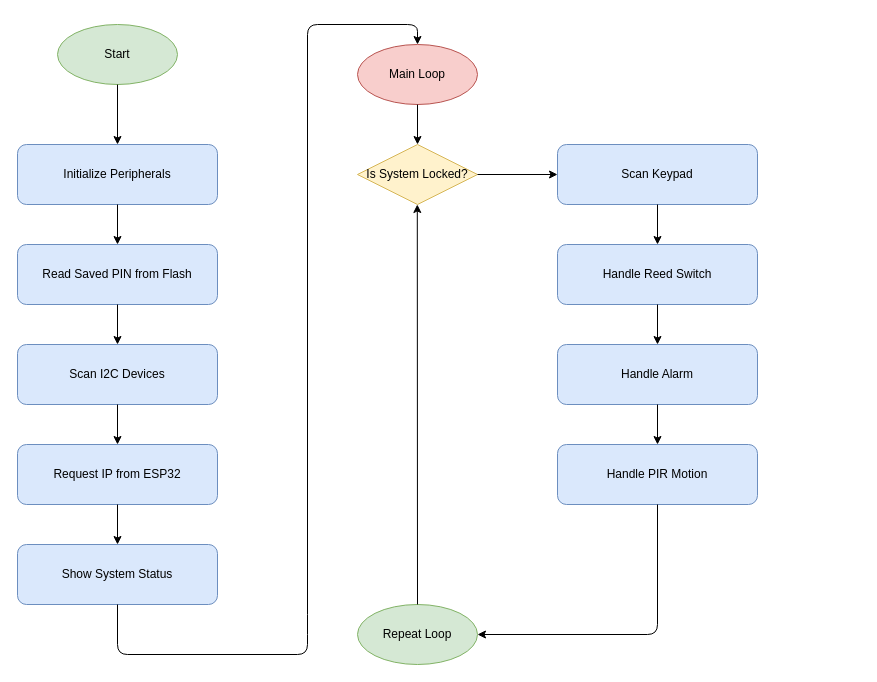
castagnoemanuele/STM32-smart-alarm keeps this draw.io diagram as Assets/flowchart.drawio. Above is the earlier version. Source tidied: cells renumbered, new cells numbered last; positions are measured from the earlier drawing's top-left corner, leaving out a move shared by most shapes. Both pictures are drawn from the tidied source at 100%, with x=0, y=0 at pixel (17, 24).
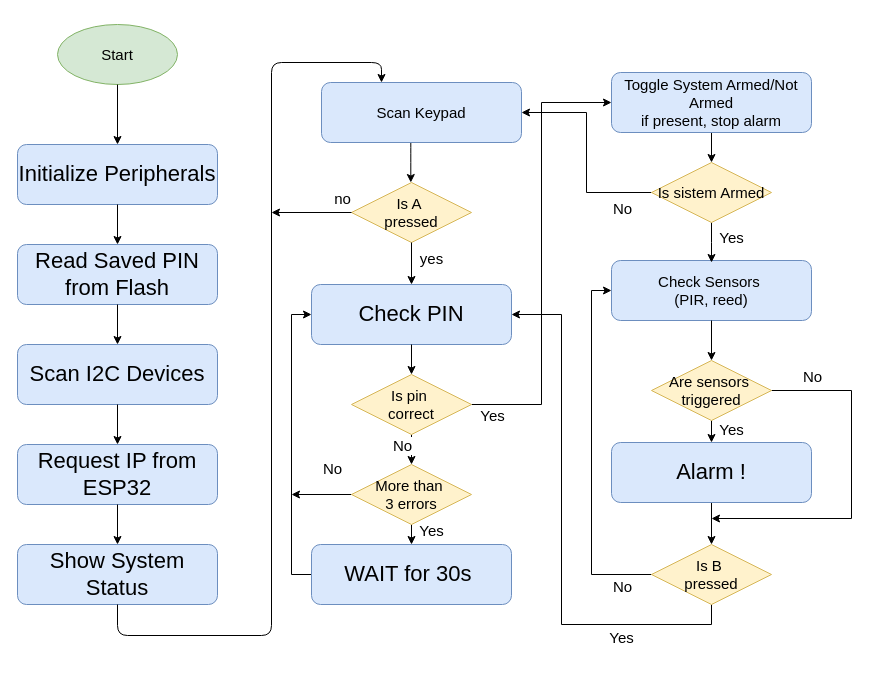
The same diagram, later.

What changed in the source:
```diff
@@
-    <mxCell id="2" value="Start" style="ellipse;whiteSpace=wrap;html=1;fillColor=#d5e8d4;strokeColor=#82b366;" parent="1" vertex="1">
+    <mxCell id="2" value="Start" style="ellipse;whiteSpace=wrap;html=1;fillColor=#d5e8d4;strokeColor=#82b366;fontSize=15;" parent="1" vertex="1">
       <mxGeometry x="40" width="120" height="60" as="geometry" />
     </mxCell>
-    <mxCell id="3" value="Initialize Peripherals" style="rounded=1;whiteSpace=wrap;html=1;fillColor=#dae8fc;strokeColor=#6c8ebf;" parent="1" vertex="1">
+    <mxCell id="3" value="Initialize Peripherals" style="rounded=1;whiteSpace=wrap;html=1;fillColor=#dae8fc;strokeColor=#6c8ebf;fontSize=22;" parent="1" vertex="1">
       <mxGeometry y="120" width="200" height="60" as="geometry" />
     </mxCell>
-    <mxCell id="4" value="Read Saved PIN from Flash" style="rounded=1;whiteSpace=wrap;html=1;fillColor=#dae8fc;strokeColor=#6c8ebf;" parent="1" vertex="1">
+    <mxCell id="4" value="Read Saved PIN from Flash" style="rounded=1;whiteSpace=wrap;html=1;fillColor=#dae8fc;strokeColor=#6c8ebf;fontSize=22;" parent="1" vertex="1">
       <mxGeometry y="220" width="200" height="60" as="geometry" />
     </mxCell>
-    <mxCell id="5" value="Scan I2C Devices" style="rounded=1;whiteSpace=wrap;html=1;fillColor=#dae8fc;strokeColor=#6c8ebf;" parent="1" vertex="1">
+    <mxCell id="5" value="Scan I2C Devices" style="rounded=1;whiteSpace=wrap;html=1;fillColor=#dae8fc;strokeColor=#6c8ebf;fontSize=22;" parent="1" vertex="1">
       <mxGeometry y="320" width="200" height="60" as="geometry" />
     </mxCell>
-    <mxCell id="6" value="Request IP from ESP32" style="rounded=1;whiteSpace=wrap;html=1;fillColor=#dae8fc;strokeColor=#6c8ebf;" parent="1" vertex="1">
+    <mxCell id="6" value="Request IP from ESP32" style="rounded=1;whiteSpace=wrap;html=1;fillColor=#dae8fc;strokeColor=#6c8ebf;fontSize=22;" parent="1" vertex="1">
       <mxGeometry y="420" width="200" height="60" as="geometry" />
     </mxCell>
-    <mxCell id="7" value="Show System Status" style="rounded=1;whiteSpace=wrap;html=1;fillColor=#dae8fc;strokeColor=#6c8ebf;" parent="1" vertex="1">
+    <mxCell id="7" value="Show System Status" style="rounded=1;whiteSpace=wrap;html=1;fillColor=#dae8fc;strokeColor=#6c8ebf;fontSize=22;" parent="1" vertex="1">
       <mxGeometry y="520" width="200" height="60" as="geometry" />
     </mxCell>
-    <mxCell id="8" value="Main Loop" style="ellipse;whiteSpace=wrap;html=1;fillColor=#f8cecc;strokeColor=#b85450;" parent="1" vertex="1">
-      <mxGeometry x="340" y="20" width="120" height="60" as="geometry" />
-    </mxCell>
-    <mxCell id="9" value="Is System Locked?" style="rhombus;whiteSpace=wrap;html=1;fillColor=#fff2cc;strokeColor=#d6b656;" parent="1" vertex="1">
-      <mxGeometry x="340" y="120" width="120" height="60" as="geometry" />
+    <mxCell id="9" value="Is A&amp;nbsp;&lt;div&gt;pressed&lt;/div&gt;" style="rhombus;whiteSpace=wrap;html=1;fillColor=#fff2cc;strokeColor=#d6b656;fontSize=15;" parent="1" vertex="1">
+      <mxGeometry x="334" y="158" width="120" height="60" as="geometry" />
     </mxCell>
-    <mxCell id="10" value="Scan Keypad" style="rounded=1;whiteSpace=wrap;html=1;fillColor=#dae8fc;strokeColor=#6c8ebf;" parent="1" vertex="1">
-      <mxGeometry x="540" y="120" width="200" height="60" as="geometry" />
+    <mxCell id="10" value="Check PIN" style="rounded=1;whiteSpace=wrap;html=1;fillColor=#dae8fc;strokeColor=#6c8ebf;fontSize=22;" parent="1" vertex="1">
+      <mxGeometry x="294" y="260" width="200" height="60" as="geometry" />
     </mxCell>
-    <mxCell id="11" value="Handle Reed Switch" style="rounded=1;whiteSpace=wrap;html=1;fillColor=#dae8fc;strokeColor=#6c8ebf;" parent="1" vertex="1">
-      <mxGeometry x="540" y="220" width="200" height="60" as="geometry" />
+    <mxCell id="11" value="Check Sensors&amp;nbsp;&lt;br&gt;(PIR, reed)" style="rounded=1;whiteSpace=wrap;html=1;fillColor=#dae8fc;strokeColor=#6c8ebf;fontSize=15;" parent="1" vertex="1">
+      <mxGeometry x="594" y="236" width="200" height="60" as="geometry" />
     </mxCell>
-    <mxCell id="12" value="Handle Alarm" style="rounded=1;whiteSpace=wrap;html=1;fillColor=#dae8fc;strokeColor=#6c8ebf;" parent="1" vertex="1">
-      <mxGeometry x="540" y="320" width="200" height="60" as="geometry" />
-    </mxCell>
+    <mxCell id="28" style="edgeStyle=orthogonalEdgeStyle;rounded=0;jettySize=auto;html=1;exitX=0.5;exitY=1;exitDx=0;exitDy=0;entryX=0.5;entryY=0;entryDx=0;entryDy=0;fontSize=15;" parent="1" edge="1" source="13" target="54">
+      <mxGeometry relative="1" as="geometry" />
+    </mxCell>
-    <mxCell id="13" value="Handle PIR Motion" style="rounded=1;whiteSpace=wrap;html=1;fillColor=#dae8fc;strokeColor=#6c8ebf;" parent="1" vertex="1">
-      <mxGeometry x="540" y="420" width="200" height="60" as="geometry" />
+    <mxCell id="13" value="Alarm !" style="rounded=1;whiteSpace=wrap;html=1;fillColor=#dae8fc;strokeColor=#6c8ebf;fontSize=22;" parent="1" vertex="1">
+      <mxGeometry x="594" y="418" width="200" height="60" as="geometry" />
     </mxCell>
-    <mxCell id="14" value="Repeat Loop" style="ellipse;whiteSpace=wrap;html=1;fillColor=#d5e8d4;strokeColor=#82b366;" parent="1" vertex="1">
-      <mxGeometry x="340" y="580" width="120" height="60" as="geometry" />
-    </mxCell>
-    <mxCell id="15" parent="1" edge="1" source="2" target="3">
+    <mxCell id="15" style="fontSize=15;" parent="1" edge="1" source="2" target="3">
       <mxGeometry relative="1" as="geometry" />
     </mxCell>
-    <mxCell id="16" parent="1" edge="1" source="3" target="4">
+    <mxCell id="16" style="fontSize=15;" parent="1" edge="1" source="3" target="4">
       <mxGeometry relative="1" as="geometry" />
     </mxCell>
-    <mxCell id="17" parent="1" edge="1" source="4" target="5">
+    <mxCell id="17" style="fontSize=15;" parent="1" edge="1" source="4" target="5">
       <mxGeometry relative="1" as="geometry" />
     </mxCell>
-    <mxCell id="18" parent="1" edge="1" source="5" target="6">
+    <mxCell id="18" style="fontSize=15;" parent="1" edge="1" source="5" target="6">
       <mxGeometry relative="1" as="geometry" />
     </mxCell>
-    <mxCell id="19" parent="1" edge="1" source="6" target="7">
+    <mxCell id="19" style="fontSize=15;" parent="1" edge="1" source="6" target="7">
       <mxGeometry relative="1" as="geometry" />
     </mxCell>
-    <mxCell id="20" style="exitX=0.5;exitY=1;exitDx=0;exitDy=0;entryX=0.5;entryY=0;entryDx=0;entryDy=0;" parent="1" edge="1" source="7" target="8">
+    <mxCell id="20" style="exitX=0.5;exitY=1;exitDx=0;exitDy=0;entryX=0.5;entryY=0;entryDx=0;entryDy=0;fontSize=15;" parent="1" edge="1" source="7">
       <mxGeometry relative="1" as="geometry">
+        <mxPoint x="364" y="58" as="targetPoint" />
         <Array as="points">
-          <mxPoint x="100" y="630" />
-          <mxPoint x="290" y="630" />
-          <mxPoint x="290" y="600" />
-          <mxPoint x="290" />
-          <mxPoint x="400" />
+          <mxPoint x="100" y="611" />
+          <mxPoint x="254" y="611" />
+          <mxPoint x="254" y="38" />
+          <mxPoint x="364" y="38" />
         </Array>
       </mxGeometry>
     </mxCell>
-    <mxCell id="21" parent="1" edge="1" source="8" target="9">
-      <mxGeometry relative="1" as="geometry" />
+    <mxCell id="21" style="fontSize=15;" parent="1" edge="1">
+      <mxGeometry relative="1" as="geometry">
+        <mxPoint x="393.3" y="118" as="sourcePoint" />
+        <mxPoint x="393.3" y="158" as="targetPoint" />
+        <Array as="points">
+          <mxPoint x="393.3" y="128" />
+        </Array>
+      </mxGeometry>
     </mxCell>
-    <mxCell id="22" parent="1" edge="1" source="9" target="10">
+    <mxCell id="22" style="entryX=0.5;entryY=0;entryDx=0;entryDy=0;fontSize=15;" parent="1" edge="1" source="9" target="10">
       <mxGeometry relative="1" as="geometry" />
     </mxCell>
-    <mxCell id="23" parent="1" edge="1" source="10" target="11">
+    <mxCell id="23" style="exitX=0.5;exitY=1;exitDx=0;exitDy=0;entryX=0.5;entryY=0;entryDx=0;entryDy=0;fontSize=15;" parent="1" edge="1" source="10" target="35">
       <mxGeometry relative="1" as="geometry" />
     </mxCell>
-    <mxCell id="24" parent="1" edge="1" source="11" target="12">
-      <mxGeometry relative="1" as="geometry" />
+    <mxCell id="24" style="fontSize=15;" parent="1" edge="1" source="11">
+      <mxGeometry relative="1" as="geometry">
+        <mxPoint x="694" y="336" as="targetPoint" />
+      </mxGeometry>
     </mxCell>
-    <mxCell id="25" parent="1" edge="1" source="12">
+    <mxCell id="25" style="fontSize=15;entryX=0.5;entryY=0;entryDx=0;entryDy=0;" parent="1" edge="1" target="13">
       <mxGeometry relative="1" as="geometry">
-        <mxPoint x="640" y="420" as="targetPoint" />
+        <mxPoint x="694" y="396" as="sourcePoint" />
       </mxGeometry>
     </mxCell>
-    <mxCell id="26" style="exitX=0.5;exitY=1;exitDx=0;exitDy=0;" parent="1" edge="1" source="13" target="14">
-      <mxGeometry relative="1" as="geometry">
-        <Array as="points">
-          <mxPoint x="640" y="610" />
-        </Array>
-      </mxGeometry>
-    </mxCell>
-    <mxCell id="27" style="exitX=0.5;exitY=0;exitDx=0;exitDy=0;" parent="1" edge="1" source="14">
+    <mxCell id="27" style="exitX=0;exitY=0.5;exitDx=0;exitDy=0;fontSize=15;" parent="1" edge="1" source="9">
       <mxGeometry relative="1" as="geometry">
-        <mxPoint x="399.8" y="180" as="targetPoint" />
+        <mxPoint x="254" y="188" as="targetPoint" />
       </mxGeometry>
     </mxCell>
+    <mxCell id="29" value="Scan Keypad" style="rounded=1;whiteSpace=wrap;html=1;fillColor=#dae8fc;strokeColor=#6c8ebf;fontSize=15;" parent="1" vertex="1">
+      <mxGeometry x="304" y="58" width="200" height="60" as="geometry" />
+    </mxCell>
+    <mxCell id="30" value="yes" style="text;html=1;align=center;verticalAlign=middle;strokeColor=none;fillColor=none;fontSize=15;" parent="1" vertex="1">
+      <mxGeometry x="388" y="214" width="52" height="39" as="geometry" />
+    </mxCell>
+    <mxCell id="31" value="no" style="text;html=1;align=center;verticalAlign=middle;strokeColor=none;fillColor=none;fontSize=15;" parent="1" vertex="1">
+      <mxGeometry x="305" y="154" width="39" height="39" as="geometry" />
+    </mxCell>
+    <mxCell id="32" style="edgeStyle=orthogonalEdgeStyle;rounded=0;jettySize=auto;html=1;exitX=0.5;exitY=1;exitDx=0;exitDy=0;entryX=0.5;entryY=0;entryDx=0;entryDy=0;fontSize=15;" parent="1" edge="1" source="35" target="38">
+      <mxGeometry relative="1" as="geometry" />
+    </mxCell>
+    <mxCell id="33" value="No" style="edgeLabel;html=1;align=center;verticalAlign=middle;fontSize=15;" parent="32" vertex="1">
+      <mxGeometry x="-0.24" y="4" relative="1" as="geometry">
+        <mxPoint x="-14" y="-1" as="offset" />
+      </mxGeometry>
+    </mxCell>
+    <mxCell id="34" style="edgeStyle=orthogonalEdgeStyle;rounded=0;jettySize=auto;html=1;exitX=1;exitY=0.5;exitDx=0;exitDy=0;entryX=0;entryY=0.5;entryDx=0;entryDy=0;fontSize=15;" parent="1" edge="1" source="35" target="49">
+      <mxGeometry relative="1" as="geometry" />
+    </mxCell>
+    <mxCell id="35" value="Is pin&amp;nbsp;&lt;div&gt;correct&lt;/div&gt;" style="rhombus;whiteSpace=wrap;html=1;fillColor=#fff2cc;strokeColor=#d6b656;fontSize=15;" parent="1" vertex="1">
+      <mxGeometry x="334" y="350" width="120" height="60" as="geometry" />
+    </mxCell>
+    <mxCell id="36" style="edgeStyle=orthogonalEdgeStyle;rounded=0;jettySize=auto;html=1;exitX=0.5;exitY=1;exitDx=0;exitDy=0;entryX=0.5;entryY=0;entryDx=0;entryDy=0;fontSize=15;" parent="1" edge="1" source="38" target="40">
+      <mxGeometry relative="1" as="geometry" />
+    </mxCell>
+    <mxCell id="37" style="edgeStyle=orthogonalEdgeStyle;rounded=0;jettySize=auto;html=1;exitX=0;exitY=0.5;exitDx=0;exitDy=0;fontSize=15;" parent="1" edge="1" source="38">
+      <mxGeometry relative="1" as="geometry">
+        <mxPoint x="274" y="470" as="targetPoint" />
+      </mxGeometry>
+    </mxCell>
+    <mxCell id="38" value="More than&amp;nbsp;&lt;div&gt;3 errors&lt;/div&gt;" style="rhombus;whiteSpace=wrap;html=1;fillColor=#fff2cc;strokeColor=#d6b656;fontSize=15;" parent="1" vertex="1">
+      <mxGeometry x="334" y="440" width="120" height="60" as="geometry" />
+    </mxCell>
+    <mxCell id="39" style="edgeStyle=orthogonalEdgeStyle;rounded=0;jettySize=auto;html=1;exitX=0;exitY=0.5;exitDx=0;exitDy=0;entryX=0;entryY=0.5;entryDx=0;entryDy=0;fontSize=15;" parent="1" edge="1" source="40" target="10">
+      <mxGeometry relative="1" as="geometry" />
+    </mxCell>
+    <mxCell id="40" value="WAIT for 30s&amp;nbsp;" style="rounded=1;whiteSpace=wrap;html=1;fillColor=#dae8fc;strokeColor=#6c8ebf;fontSize=22;" parent="1" vertex="1">
+      <mxGeometry x="294" y="520" width="200" height="60" as="geometry" />
+    </mxCell>
+    <mxCell id="41" style="edgeStyle=orthogonalEdgeStyle;rounded=0;jettySize=auto;html=1;exitX=1;exitY=0.5;exitDx=0;exitDy=0;fontSize=15;" parent="1" edge="1" source="42">
+      <mxGeometry relative="1" as="geometry">
+        <mxPoint x="694" y="494" as="targetPoint" />
+        <Array as="points">
+          <mxPoint x="834" y="366" />
+          <mxPoint x="834" y="494" />
+        </Array>
+      </mxGeometry>
+    </mxCell>
+    <mxCell id="42" value="Are sensors&amp;nbsp;&lt;div&gt;triggered&lt;/div&gt;" style="rhombus;whiteSpace=wrap;html=1;fillColor=#fff2cc;strokeColor=#d6b656;fontSize=15;" parent="1" vertex="1">
+      <mxGeometry x="634" y="336" width="120" height="60" as="geometry" />
+    </mxCell>
+    <mxCell id="43" value="No" style="text;html=1;align=center;verticalAlign=middle;strokeColor=none;fillColor=none;fontSize=15;" parent="1" vertex="1">
+      <mxGeometry x="289" y="424" width="52" height="39" as="geometry" />
+    </mxCell>
+    <mxCell id="44" value="Yes" style="text;html=1;align=center;verticalAlign=middle;strokeColor=none;fillColor=none;fontSize=15;" parent="1" vertex="1">
+      <mxGeometry x="388" y="486" width="52" height="39" as="geometry" />
+    </mxCell>
+    <mxCell id="45" style="edgeStyle=orthogonalEdgeStyle;rounded=0;jettySize=auto;html=1;exitX=0.5;exitY=1;exitDx=0;exitDy=0;fontSize=15;" parent="1" edge="1" source="47">
+      <mxGeometry relative="1" as="geometry">
+        <mxPoint x="694" y="238" as="targetPoint" />
+      </mxGeometry>
+    </mxCell>
+    <mxCell id="46" style="edgeStyle=orthogonalEdgeStyle;rounded=0;jettySize=auto;html=1;exitX=0;exitY=0.5;exitDx=0;exitDy=0;entryX=1;entryY=0.5;entryDx=0;entryDy=0;fontSize=15;" parent="1" edge="1" source="47" target="29">
+      <mxGeometry relative="1" as="geometry" />
+    </mxCell>
+    <mxCell id="47" value="Is sistem Armed" style="rhombus;whiteSpace=wrap;html=1;fillColor=#fff2cc;strokeColor=#d6b656;fontSize=15;" parent="1" vertex="1">
+      <mxGeometry x="634" y="138" width="120" height="60" as="geometry" />
+    </mxCell>
+    <mxCell id="48" style="edgeStyle=orthogonalEdgeStyle;rounded=0;jettySize=auto;html=1;exitX=0.5;exitY=1;exitDx=0;exitDy=0;entryX=0.5;entryY=0;entryDx=0;entryDy=0;fontSize=15;" parent="1" edge="1" source="49" target="47">
+      <mxGeometry relative="1" as="geometry" />
+    </mxCell>
+    <mxCell id="49" value="Toggle System Armed/Not Armed&lt;div&gt;if present, stop alarm&lt;/div&gt;" style="rounded=1;whiteSpace=wrap;html=1;fillColor=#dae8fc;strokeColor=#6c8ebf;fontSize=15;" parent="1" vertex="1">
+      <mxGeometry x="594" y="48" width="200" height="60" as="geometry" />
+    </mxCell>
+    <mxCell id="50" value="Yes" style="text;html=1;align=center;verticalAlign=middle;strokeColor=none;fillColor=none;fontSize=15;" parent="1" vertex="1">
+      <mxGeometry x="688" y="193" width="52" height="39" as="geometry" />
+    </mxCell>
+    <mxCell id="51" value="No" style="text;html=1;align=center;verticalAlign=middle;strokeColor=none;fillColor=none;fontSize=15;" parent="1" vertex="1">
+      <mxGeometry x="579" y="164" width="52" height="39" as="geometry" />
+    </mxCell>
+    <mxCell id="52" style="edgeStyle=orthogonalEdgeStyle;rounded=0;jettySize=auto;html=1;exitX=0.5;exitY=1;exitDx=0;exitDy=0;entryX=1;entryY=0.5;entryDx=0;entryDy=0;fontSize=15;" parent="1" edge="1" source="54" target="10">
+      <mxGeometry relative="1" as="geometry">
+        <Array as="points">
+          <mxPoint x="694" y="600" />
+          <mxPoint x="544" y="600" />
+          <mxPoint x="544" y="290" />
+        </Array>
+      </mxGeometry>
+    </mxCell>
+    <mxCell id="53" style="edgeStyle=orthogonalEdgeStyle;rounded=0;jettySize=auto;html=1;exitX=0;exitY=0.5;exitDx=0;exitDy=0;entryX=0;entryY=0.5;entryDx=0;entryDy=0;fontSize=15;" parent="1" edge="1" source="54" target="11">
+      <mxGeometry relative="1" as="geometry" />
+    </mxCell>
+    <mxCell id="54" value="Is B&amp;nbsp;&lt;div&gt;pressed&lt;/div&gt;" style="rhombus;whiteSpace=wrap;html=1;fillColor=#fff2cc;strokeColor=#d6b656;fontSize=15;" parent="1" vertex="1">
+      <mxGeometry x="634" y="520" width="120" height="60" as="geometry" />
+    </mxCell>
+    <mxCell id="55" value="No" style="text;html=1;align=center;verticalAlign=middle;strokeColor=none;fillColor=none;fontSize=15;" parent="1" vertex="1">
+      <mxGeometry x="769" y="332" width="52" height="39" as="geometry" />
+    </mxCell>
+    <mxCell id="56" value="Yes" style="text;html=1;align=center;verticalAlign=middle;strokeColor=none;fillColor=none;fontSize=15;" parent="1" vertex="1">
+      <mxGeometry x="688" y="385" width="52" height="39" as="geometry" />
+    </mxCell>
+    <mxCell id="57" value="Yes" style="text;html=1;align=center;verticalAlign=middle;strokeColor=none;fillColor=none;fontSize=15;" parent="1" vertex="1">
+      <mxGeometry x="578" y="593" width="52" height="39" as="geometry" />
+    </mxCell>
+    <mxCell id="58" value="No" style="text;html=1;align=center;verticalAlign=middle;strokeColor=none;fillColor=none;fontSize=15;" parent="1" vertex="1">
+      <mxGeometry x="579" y="542" width="52" height="39" as="geometry" />
+    </mxCell>
+    <mxCell id="59" value="&lt;font style=&quot;font-size: 15px;&quot;&gt;Yes&lt;/font&gt;" style="text;html=1;align=center;verticalAlign=middle;strokeColor=none;fillColor=none;" parent="1" vertex="1">
+      <mxGeometry x="449" y="371" width="52" height="39" as="geometry" />
+    </mxCell>
```
